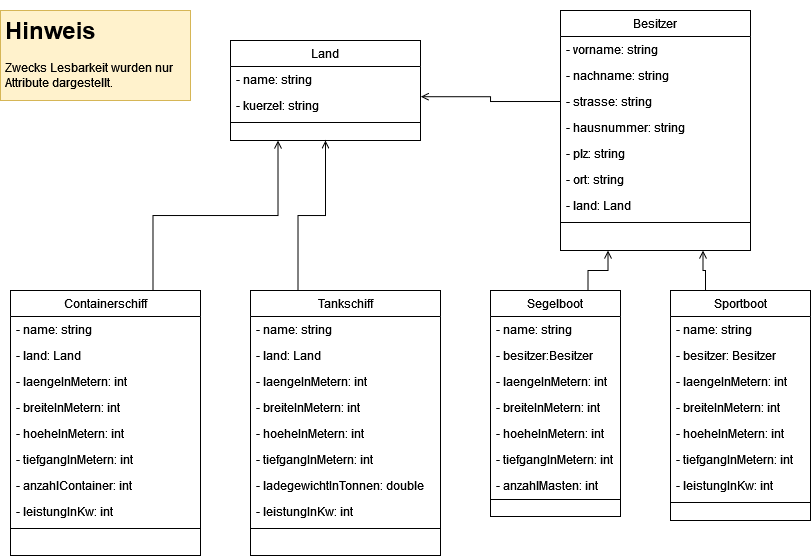
This is UML-SchiffeUndBoote.drawio.png from gsoTH/iaf_SchiffeUndBoote, a draw.io export, as it was before one commit. Source tidied: cells renumbered, new cells last; positions are measured from the earlier drawing's top-left corner, leaving out a move shared by most shapes.
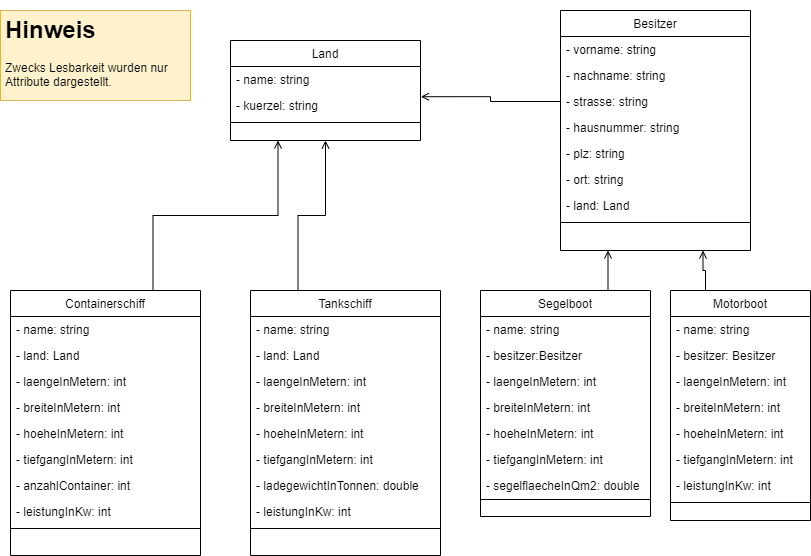
Later version of the same file.

What changed in the source:
```diff
@@ -72,36 +72,36 @@
       <mxGeometry relative="1" as="geometry" />
     </mxCell>
     <mxCell id="25" value="Segelboot" style="swimlane;fontStyle=0;align=center;verticalAlign=top;horizontal=1;startSize=26;shadow=0;strokeWidth=1;" parent="1" vertex="1">
-      <mxGeometry x="490" y="280" width="130" height="226" as="geometry" />
+      <mxGeometry x="480" y="280" width="170" height="226" as="geometry" />
     </mxCell>
     <mxCell id="26" value="- name: string" style="text;align=left;verticalAlign=top;spacingLeft=4;spacingRight=4;overflow=hidden;" parent="25" vertex="1">
-      <mxGeometry y="26" width="130" height="26" as="geometry" />
+      <mxGeometry y="26" width="170" height="26" as="geometry" />
     </mxCell>
     <mxCell id="27" value="- besitzer:Besitzer" style="text;align=left;verticalAlign=top;spacingLeft=4;spacingRight=4;overflow=hidden;shadow=0;html=0;" parent="25" vertex="1">
-      <mxGeometry y="52" width="130" height="26" as="geometry" />
+      <mxGeometry y="52" width="170" height="26" as="geometry" />
     </mxCell>
     <mxCell id="28" value="- laengeInMetern: int" style="text;align=left;verticalAlign=top;spacingLeft=4;spacingRight=4;overflow=hidden;shadow=0;html=0;" parent="25" vertex="1">
-      <mxGeometry y="78" width="130" height="26" as="geometry" />
+      <mxGeometry y="78" width="170" height="26" as="geometry" />
     </mxCell>
     <mxCell id="29" value="- breiteInMetern: int" style="text;align=left;verticalAlign=top;spacingLeft=4;spacingRight=4;overflow=hidden;shadow=0;html=0;" parent="25" vertex="1">
-      <mxGeometry y="104" width="130" height="26" as="geometry" />
+      <mxGeometry y="104" width="170" height="26" as="geometry" />
     </mxCell>
     <mxCell id="30" value="- hoeheInMetern: int" style="text;align=left;verticalAlign=top;spacingLeft=4;spacingRight=4;overflow=hidden;shadow=0;html=0;" parent="25" vertex="1">
-      <mxGeometry y="130" width="130" height="26" as="geometry" />
+      <mxGeometry y="130" width="170" height="26" as="geometry" />
     </mxCell>
     <mxCell id="31" value="- tiefgangInMetern: int" style="text;align=left;verticalAlign=top;spacingLeft=4;spacingRight=4;overflow=hidden;shadow=0;html=0;" parent="25" vertex="1">
-      <mxGeometry y="156" width="130" height="26" as="geometry" />
+      <mxGeometry y="156" width="170" height="26" as="geometry" />
     </mxCell>
-    <mxCell id="32" value="- anzahlMasten: int" style="text;align=left;verticalAlign=top;spacingLeft=4;spacingRight=4;overflow=hidden;shadow=0;html=0;" parent="25" vertex="1">
-      <mxGeometry y="182" width="130" height="26" as="geometry" />
+    <mxCell id="32" value="- segelflaecheInQm2: double" style="text;align=left;verticalAlign=top;spacingLeft=4;spacingRight=4;overflow=hidden;shadow=0;html=0;" parent="25" vertex="1">
+      <mxGeometry y="182" width="170" height="26" as="geometry" />
     </mxCell>
     <mxCell id="33" style="line;html=1;strokeWidth=1;align=left;verticalAlign=middle;spacingTop=-1;spacingLeft=3;spacingRight=3;labelPosition=right;" parent="25" vertex="1">
-      <mxGeometry y="208" width="130" height="2" as="geometry" />
+      <mxGeometry y="208" width="170" height="2" as="geometry" />
     </mxCell>
     <mxCell id="34" style="edgeStyle=orthogonalEdgeStyle;jettySize=auto;html=1;exitX=0.25;exitY=0;exitDx=0;exitDy=0;entryX=0.75;entryY=1;entryDx=0;entryDy=0;endArrow=open;endFill=0;rounded=0;" parent="1" edge="1" source="35" target="48">
       <mxGeometry relative="1" as="geometry" />
     </mxCell>
-    <mxCell id="35" value="Sportboot" style="swimlane;fontStyle=0;align=center;verticalAlign=top;horizontal=1;startSize=26;shadow=0;strokeWidth=1;" parent="1" vertex="1">
+    <mxCell id="35" value="Motorboot" style="swimlane;fontStyle=0;align=center;verticalAlign=top;horizontal=1;startSize=26;shadow=0;strokeWidth=1;" parent="1" vertex="1">
       <mxGeometry x="670" y="280" width="140" height="230" as="geometry" />
     </mxCell>
     <mxCell id="36" value="- name: string" style="text;align=left;verticalAlign=top;spacingLeft=4;spacingRight=4;overflow=hidden;" parent="35" vertex="1">
```
